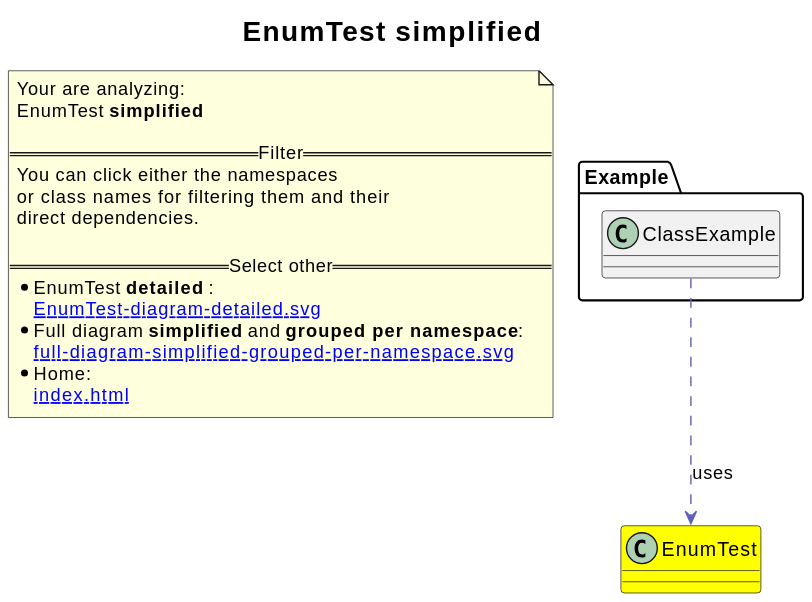
This is revenger-java-adapter.out/EnumTest-diagram-simplified.svg from 2BlackCoffees/revenger, a PlantUML export, as it was before one commit. Its diagram source:
```plantuml
@startuml
title <size:20>EnumTest **simplified** </size>
note "Your are analyzing:\nEnumTest **simplified** \n\n==Filter==\nYou can click either the namespaces \nor class names for filtering them and their\ndirect dependencies.\n\n==Select other==\n* EnumTest **detailed** :\n   [[EnumTest-diagram-detailed.svg]]\n* Full diagram **simplified** and **grouped per namespace**:\n   [[full-diagram-simplified-grouped-per-namespace.svg]]\n* Home:\n   [[index.html]]" as FloatingNote
class EnumTest [[EnumTest-diagram-simplified.svg]] #yellow {
}
class Example.ClassExample [[Example.ClassExample-diagram-simplified.svg]]  {
}
Example.ClassExample .[#6060BB].> EnumTest  : uses
@enduml
```
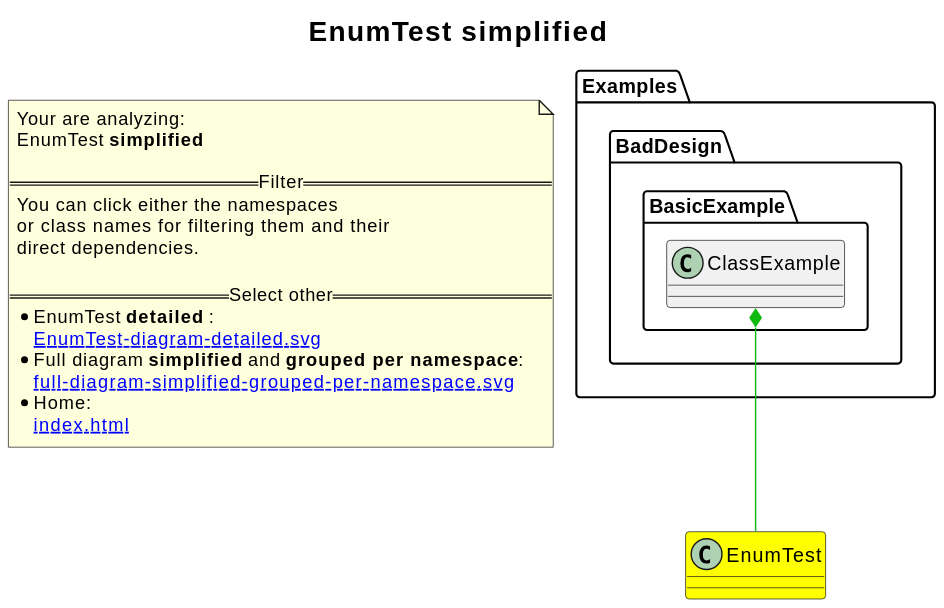
The same diagram one commit later.

What changed in the source:
```diff
@@ -1,9 +1,10 @@
 @startuml
+skinparam linetype ortho
 title <size:20>EnumTest **simplified** </size>
 note "Your are analyzing:\nEnumTest **simplified** \n\n==Filter==\nYou can click either the namespaces \nor class names for filtering them and their\ndirect dependencies.\n\n==Select other==\n* EnumTest **detailed** :\n   [[EnumTest-diagram-detailed.svg]]\n* Full diagram **simplified** and **grouped per namespace**:\n   [[full-diagram-simplified-grouped-per-namespace.svg]]\n* Home:\n   [[index.html]]" as FloatingNote
 class EnumTest [[EnumTest-diagram-simplified.svg]] #yellow {
 }
-class Example.ClassExample [[Example.ClassExample-diagram-simplified.svg]]  {
-}
-Example.ClassExample .[#6060BB].> EnumTest  : uses
+    class Examples.BadDesign.BasicExample.ClassExample [[Examples.BadDesign.BasicExample.ClassExample-diagram-simplified.svg]]  {
+    }
+Examples.BadDesign.BasicExample.ClassExample *-[#10BB10]- EnumTest
 @enduml
```
